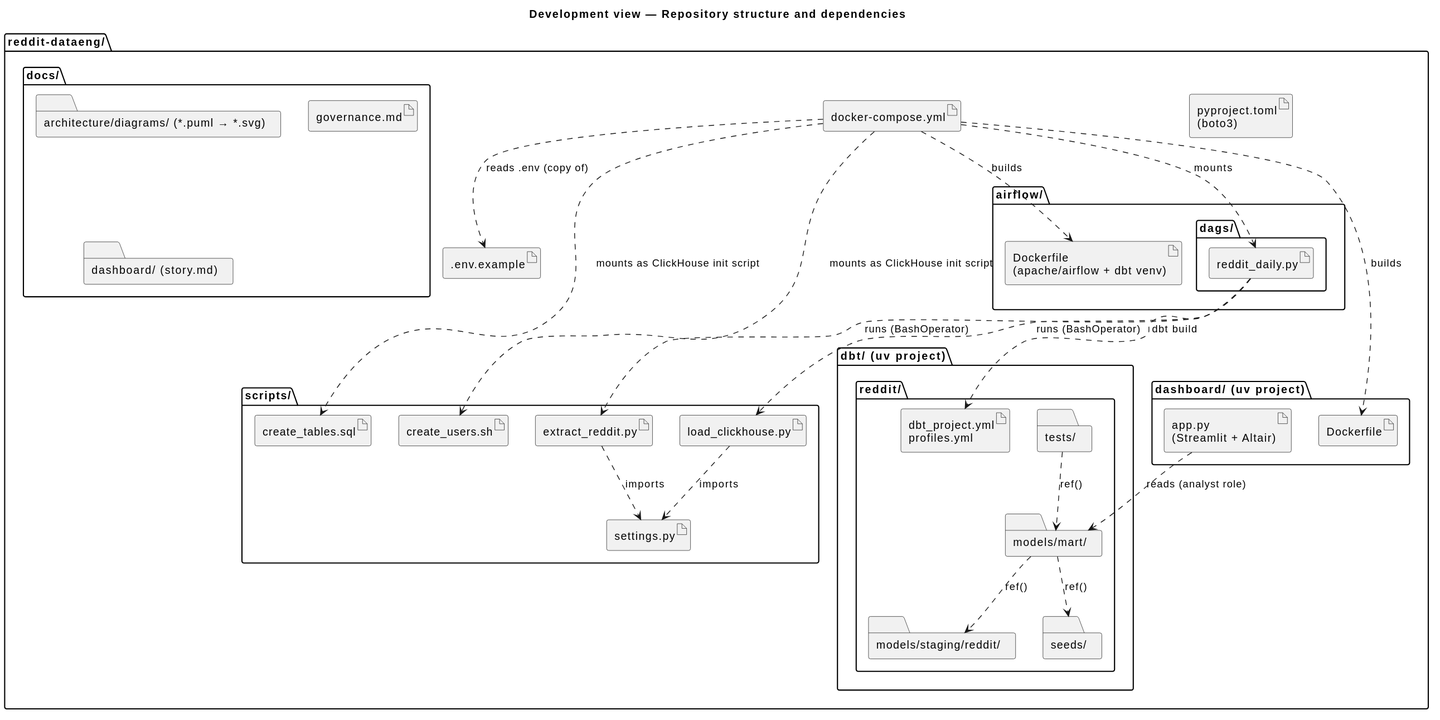
Earlier version of the PlantUML export docs/architecture/diagrams/development-packages.svg (modsomjeed/reddit-dataeng).
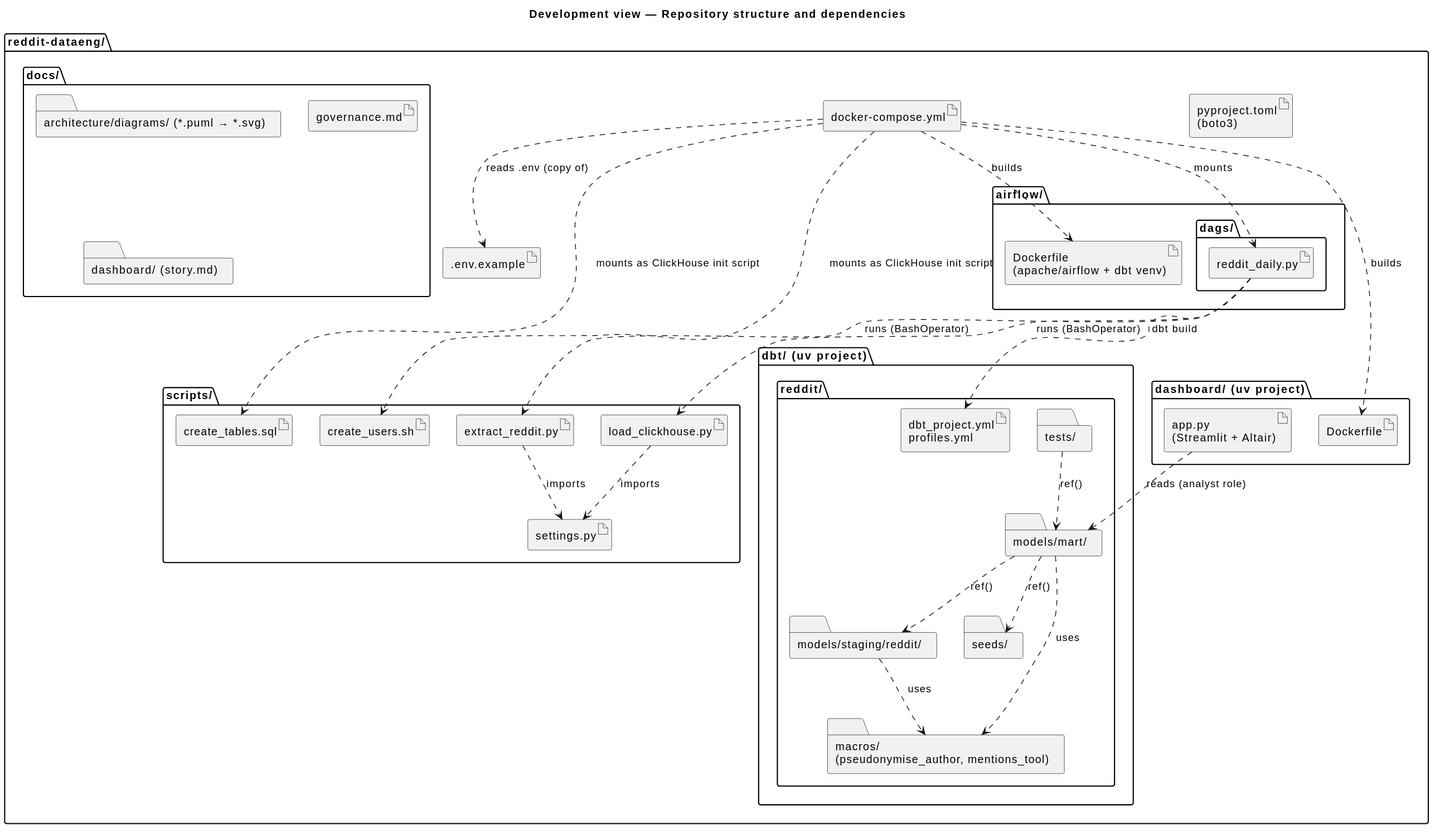
After the change.

What changed in the source:
```diff
@@ -23,6 +23,7 @@
       folder "models/staging/reddit/" as stg
       folder "models/mart/" as mart
       folder "seeds/" as seeds
+      folder "macros/\n(pseudonymise_author, mentions_tool)" as macros
       folder "tests/" as tests
     }
   }
@@ -47,6 +48,8 @@
 dag ..> dbtcfg : "dbt build"
 mart ..> stg : "ref()"
 mart ..> seeds : "ref()"
+mart ..> macros : uses
+stg ..> macros : uses
 tests ..> mart : "ref()"
 compose ..> afd : builds
 compose ..> ddl : "mounts as ClickHouse init script"
```
